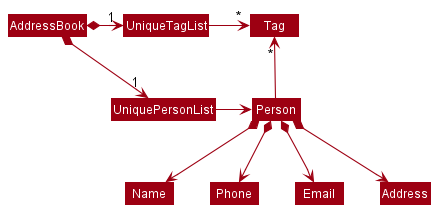
This is docs/images/BetterModelClassDiagram.png from nus-cs2103-AY2223S2/tp, a PlantUML export, as it was before one commit.
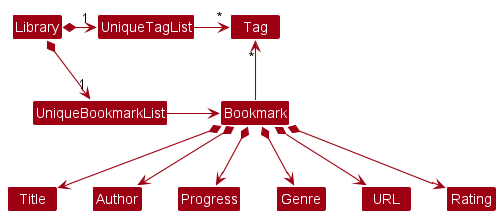
After the commit.

The edit, as a diff of the source:
```diff
@@ -4,18 +4,20 @@
 skinparam arrowColor MODEL_COLOR
 skinparam classBackgroundColor MODEL_COLOR
 
-AddressBook *-right-> "1" UniquePersonList
-AddressBook *-right-> "1" UniqueTagList
-UniqueTagList -[hidden]down- UniquePersonList
-UniqueTagList -[hidden]down- UniquePersonList
+Library *-right-> "1" UniqueBookmarkList
+Library *-right-> "1" UniqueTagList
+UniqueBookmarkList -[hidden]down- UniqueBookmarkList
+UniqueTagList -[hidden]down- UniqueBookmarkList
 
 UniqueTagList -right-> "*" Tag
-UniquePersonList -right-> Person
+UniqueBookmarkList -right-> Bookmark
 
-Person -up-> "*" Tag
+Bookmark -up-> "*" Tag
 
-Person *--> Name
-Person *--> Phone
-Person *--> Email
-Person *--> Address
+Bookmark *--> Title
+Bookmark *--> Author
+Bookmark *--> Progress
+Bookmark *--> Genre
+Bookmark *--> URL
+Bookmark *--> Rating
 @enduml
```
